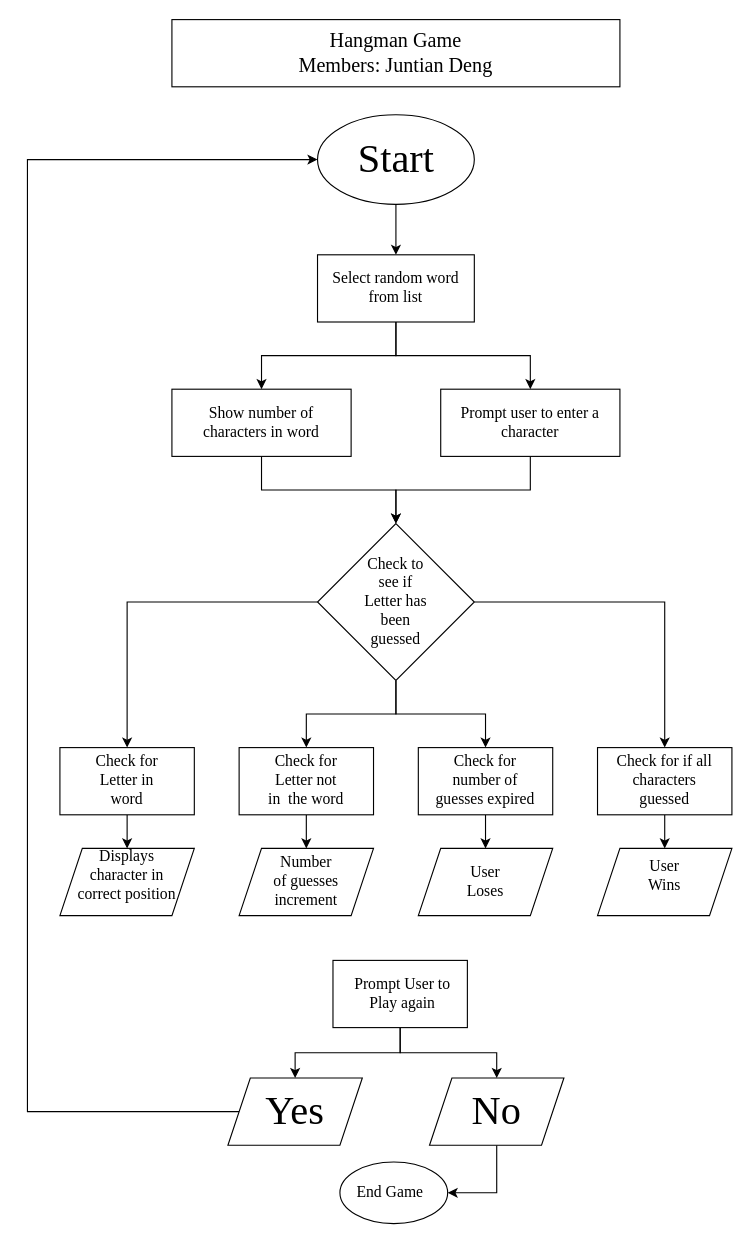
This is images/Hangman.drawio from Juntian-Deng/AdvCompPro2, a draw.io file, before an edit. Source tidied: cells renumbered, new cells numbered last; positions are measured from the earlier drawing's top-left corner, leaving out a move shared by most shapes. Both pictures are drawn from the tidied source at 112%, with x=0, y=0 at pixel (27, 19).
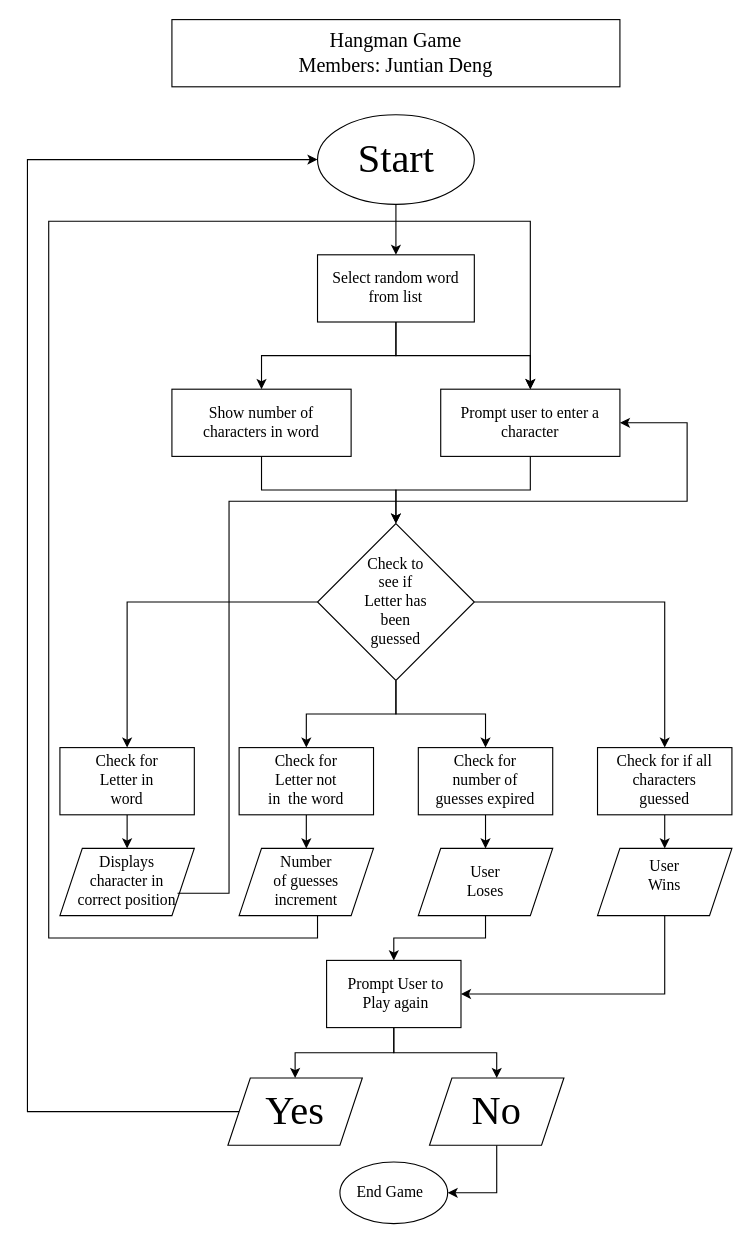
The same diagram, later.

The change refers to these unchanged cells:
```xml
<mxCell id="15" value="&lt;font style=&quot;font-size: 14px;&quot; face=&quot;Times New Roman&quot;&gt;Prompt user to enter a character&lt;/font&gt;" style="rounded=0;whiteSpace=wrap;html=1;" parent="1" vertex="1">
  <mxGeometry x="369" y="330" width="160" height="60" as="geometry" />
</mxCell>
<mxCell id="34" style="shape=parallelogram;perimeter=parallelogramPerimeter;whiteSpace=wrap;html=1;fixedSize=1;" parent="1" vertex="1">
  <mxGeometry x="509" y="740" width="120" height="60" as="geometry" />
</mxCell>
<mxCell id="36" style="shape=parallelogram;perimeter=parallelogramPerimeter;whiteSpace=wrap;html=1;fixedSize=1;" parent="1" vertex="1">
  <mxGeometry x="349" y="740" width="120" height="60" as="geometry" />
</mxCell>
```

The edit, as a diff of the source:
```diff
@@
+    <mxCell id="54" style="edgeStyle=orthogonalEdgeStyle;rounded=0;jettySize=auto;html=1;entryX=1;entryY=0.5;entryDx=0;entryDy=0;" parent="1" edge="1" source="34" target="44">
+      <mxGeometry relative="1" as="geometry">
+        <Array as="points">
+          <mxPoint x="569" y="870" />
+        </Array>
+      </mxGeometry>
+    </mxCell>
@@
+    <mxCell id="55" style="edgeStyle=orthogonalEdgeStyle;rounded=0;jettySize=auto;html=1;exitX=0.5;exitY=1;exitDx=0;exitDy=0;entryX=0.5;entryY=0;entryDx=0;entryDy=0;" parent="1" edge="1" source="36" target="44">
+      <mxGeometry relative="1" as="geometry" />
+    </mxCell>
@@
+    <mxCell id="56" style="edgeStyle=orthogonalEdgeStyle;rounded=0;jettySize=auto;html=1;entryX=0.5;entryY=0;entryDx=0;entryDy=0;" parent="1" edge="1" target="15">
+      <mxGeometry relative="1" as="geometry">
+        <mxPoint x="259" y="800" as="sourcePoint" />
+        <Array as="points">
+          <mxPoint x="259" y="820" />
+          <mxPoint x="19" y="820" />
+          <mxPoint x="19" y="180" />
+          <mxPoint x="449" y="180" />
+        </Array>
+      </mxGeometry>
+    </mxCell>
@@
+    <mxCell id="57" style="edgeStyle=orthogonalEdgeStyle;rounded=0;jettySize=auto;html=1;entryX=1;entryY=0.5;entryDx=0;entryDy=0;" parent="1" edge="1" target="15">
+      <mxGeometry relative="1" as="geometry">
+        <mxPoint x="134" y="780" as="sourcePoint" />
+        <Array as="points">
+          <mxPoint x="180" y="780" />
+          <mxPoint x="180" y="430" />
+          <mxPoint x="589" y="430" />
+          <mxPoint x="589" y="360" />
+        </Array>
+      </mxGeometry>
+    </mxCell>
     <mxCell id="41" value="&lt;font face=&quot;Times New Roman&quot;&gt;&lt;span style=&quot;font-size: 14px;&quot;&gt;Displays character in correct position&lt;/span&gt;&lt;/font&gt;" style="text;html=1;strokeColor=none;fillColor=none;align=center;verticalAlign=middle;whiteSpace=wrap;rounded=0;" parent="1" vertex="1">
-      <mxGeometry x="44" y="750" width="90" height="30" as="geometry" />
+      <mxGeometry x="44" y="755" width="90" height="30" as="geometry" />
     </mxCell>
@@
     <mxCell id="44" style="rounded=0;whiteSpace=wrap;html=1;" parent="1" vertex="1">
-      <mxGeometry x="272.8" y="840" width="120" height="60" as="geometry" />
+      <mxGeometry x="267.1" y="840" width="120" height="60" as="geometry" />
     </mxCell>
     <mxCell id="45" value="&lt;font face=&quot;Times New Roman&quot; style=&quot;font-size: 14px;&quot;&gt;Prompt User to Play again&lt;/font&gt;" style="text;html=1;strokeColor=none;fillColor=none;align=center;verticalAlign=middle;whiteSpace=wrap;rounded=0;" parent="1" vertex="1">
-      <mxGeometry x="285.2" y="855" width="100" height="30" as="geometry" />
+      <mxGeometry x="279" y="855" width="100" height="30" as="geometry" />
     </mxCell>
```
